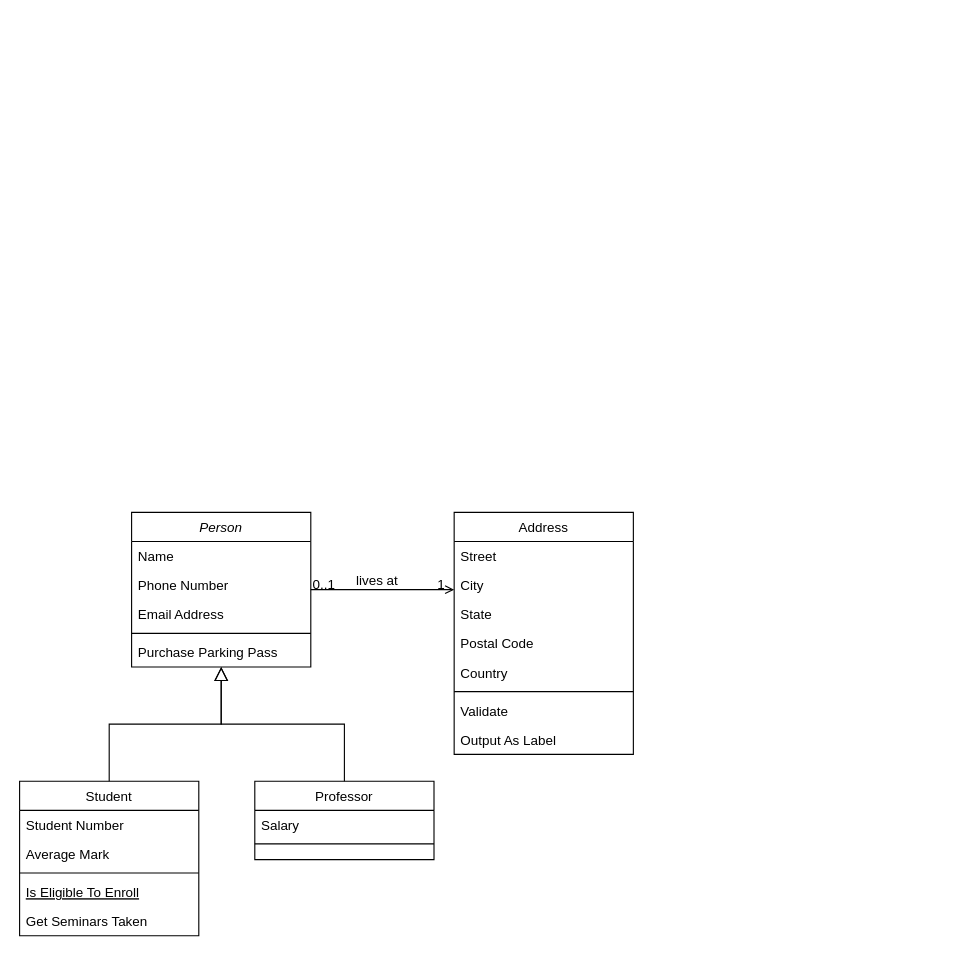
Before: conceptual-diagram.drawio in danielpilot/event-database, a draw.io diagram. Source tidied: cells renumbered, new cells numbered last; positions are measured from the earlier drawing's top-left corner, leaving out a move shared by most shapes. Both pictures are drawn from the tidied source at 112%, with x=0, y=0 at pixel (19, 512).
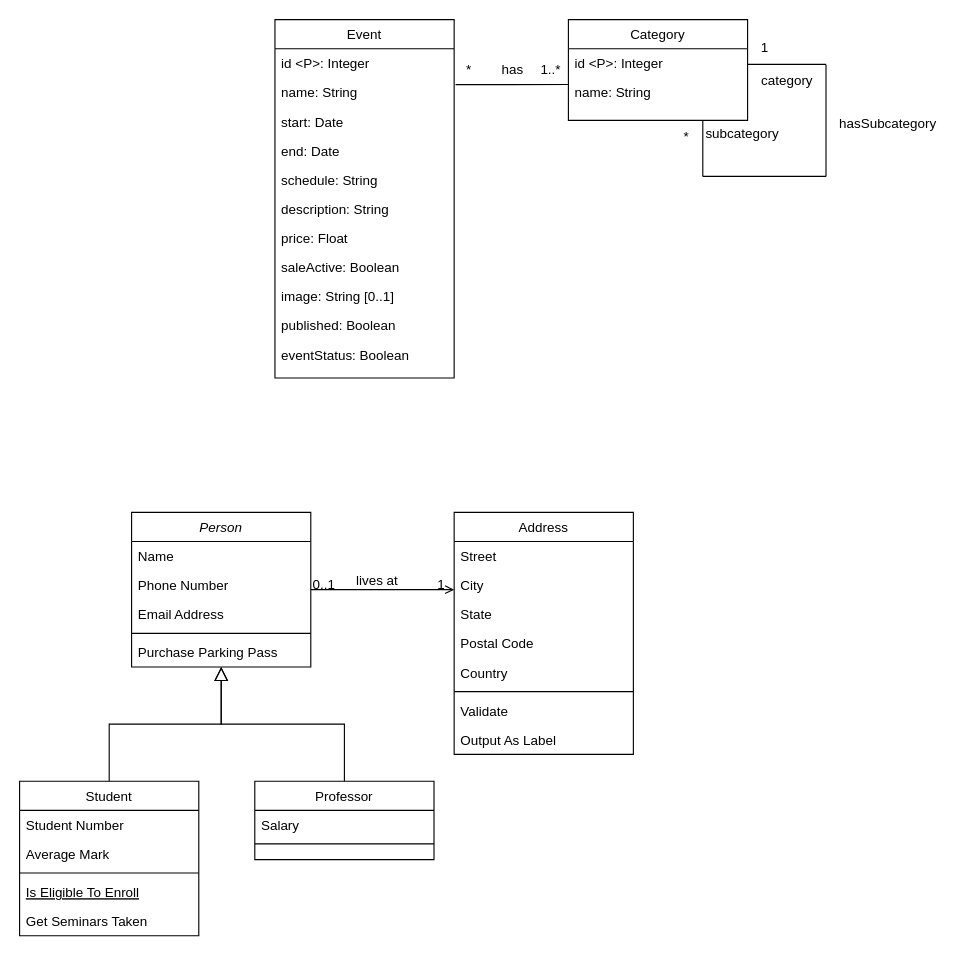
Above is the later version.

Commit message:
Add events, categories and subcategories

What changed in the source:
```diff
@@
+    <mxCell id="32" value="Event" style="swimlane;fontStyle=0;align=center;verticalAlign=top;horizontal=1;startSize=26;rounded=0;shadow=0;strokeWidth=1;" parent="1" vertex="1">
+      <mxGeometry x="228" y="-440" width="160" height="320" as="geometry" />
+    </mxCell>
+    <mxCell id="33" value="id &lt;P&gt;: Integer" style="text;align=left;verticalAlign=top;spacingLeft=4;spacingRight=4;overflow=hidden;" parent="32" vertex="1">
+      <mxGeometry y="26" width="160" height="26" as="geometry" />
+    </mxCell>
+    <mxCell id="34" value="name: String" style="text;align=left;verticalAlign=top;spacingLeft=4;spacingRight=4;overflow=hidden;points=[[0,0.5],[1,0.5]];portConstraint=eastwest;rounded=0;shadow=0;html=0;" parent="32" vertex="1">
+      <mxGeometry y="52" width="160" height="26" as="geometry" />
+    </mxCell>
+    <mxCell id="35" value="start: Date" style="text;align=left;verticalAlign=top;spacingLeft=4;spacingRight=4;overflow=hidden;rounded=0;shadow=0;html=0;" parent="32" vertex="1">
+      <mxGeometry y="78" width="160" height="26" as="geometry" />
+    </mxCell>
+    <mxCell id="36" value="end: Date" style="text;align=left;verticalAlign=top;spacingLeft=4;spacingRight=4;overflow=hidden;rounded=0;shadow=0;html=0;" parent="32" vertex="1">
+      <mxGeometry y="104" width="160" height="26" as="geometry" />
+    </mxCell>
+    <mxCell id="37" value="schedule: String" style="text;align=left;verticalAlign=top;spacingLeft=4;spacingRight=4;overflow=hidden;rounded=0;shadow=0;html=0;" parent="32" vertex="1">
+      <mxGeometry y="130" width="160" height="26" as="geometry" />
+    </mxCell>
+    <mxCell id="38" value="description: String" style="text;align=left;verticalAlign=top;spacingLeft=4;spacingRight=4;overflow=hidden;rounded=0;shadow=0;html=0;" parent="32" vertex="1">
+      <mxGeometry y="156" width="160" height="26" as="geometry" />
+    </mxCell>
+    <mxCell id="39" value="price: Float" style="text;align=left;verticalAlign=top;spacingLeft=4;spacingRight=4;overflow=hidden;rounded=0;shadow=0;html=0;" parent="32" vertex="1">
+      <mxGeometry y="182" width="160" height="26" as="geometry" />
+    </mxCell>
+    <mxCell id="40" value="saleActive: Boolean" style="text;align=left;verticalAlign=top;spacingLeft=4;spacingRight=4;overflow=hidden;rounded=0;shadow=0;html=0;" parent="32" vertex="1">
+      <mxGeometry y="208" width="160" height="26" as="geometry" />
+    </mxCell>
+    <mxCell id="41" value="image: String [0..1]" style="text;align=left;verticalAlign=top;spacingLeft=4;spacingRight=4;overflow=hidden;rounded=0;shadow=0;html=0;" parent="32" vertex="1">
+      <mxGeometry y="234" width="160" height="26" as="geometry" />
+    </mxCell>
+    <mxCell id="42" value="published: Boolean" style="text;align=left;verticalAlign=top;spacingLeft=4;spacingRight=4;overflow=hidden;rounded=0;shadow=0;html=0;" parent="32" vertex="1">
+      <mxGeometry y="260" width="160" height="26" as="geometry" />
+    </mxCell>
+    <mxCell id="43" value="eventStatus: Boolean" style="text;align=left;verticalAlign=top;spacingLeft=4;spacingRight=4;overflow=hidden;rounded=0;shadow=0;html=0;" parent="32" vertex="1">
+      <mxGeometry y="286" width="160" height="26" as="geometry" />
+    </mxCell>
+    <mxCell id="44" value="Category" style="swimlane;fontStyle=0;align=center;verticalAlign=top;horizontal=1;startSize=26;rounded=0;shadow=0;strokeWidth=1;" parent="1" vertex="1">
+      <mxGeometry x="490" y="-440" width="160" height="90" as="geometry" />
+    </mxCell>
+    <mxCell id="45" value="id &lt;P&gt;: Integer" style="text;align=left;verticalAlign=top;spacingLeft=4;spacingRight=4;overflow=hidden;" parent="44" vertex="1">
+      <mxGeometry y="26" width="160" height="26" as="geometry" />
+    </mxCell>
+    <mxCell id="46" value="name: String" style="text;align=left;verticalAlign=top;spacingLeft=4;spacingRight=4;overflow=hidden;rounded=0;shadow=0;html=0;" parent="44" vertex="1">
+      <mxGeometry y="52" width="160" height="26" as="geometry" />
+    </mxCell>
+    <mxCell id="47" style="endArrow=none;html=1;rounded=0;exitX=1.008;exitY=0.231;exitDx=0;exitDy=0;exitPerimeter=0;" parent="1" edge="1" source="34">
+      <mxGeometry relative="1" as="geometry">
+        <mxPoint x="490" y="-382" as="targetPoint" />
+      </mxGeometry>
+    </mxCell>
+    <mxCell id="48" value="*" style="text;html=1;align=center;verticalAlign=middle;strokeColor=none;fillColor=none;" parent="1" vertex="1">
+      <mxGeometry x="386" y="-410" width="30" height="30" as="geometry" />
+    </mxCell>
+    <mxCell id="49" value="1..*" style="text;html=1;align=center;verticalAlign=middle;strokeColor=none;fillColor=none;" parent="1" vertex="1">
+      <mxGeometry x="454" y="-410" width="40" height="30" as="geometry" />
+    </mxCell>
+    <mxCell id="50" value="has" style="text;html=1;align=center;verticalAlign=middle;strokeColor=none;fillColor=none;" parent="1" vertex="1">
+      <mxGeometry x="420" y="-410" width="40" height="30" as="geometry" />
+    </mxCell>
+    <mxCell id="51" style="endArrow=none;html=1;rounded=0;" parent="1" edge="1">
+      <mxGeometry relative="1" as="geometry">
+        <mxPoint x="610" y="-300" as="sourcePoint" />
+        <mxPoint x="610" y="-350" as="targetPoint" />
+      </mxGeometry>
+    </mxCell>
+    <mxCell id="52" style="endArrow=none;html=1;rounded=0;" parent="1" edge="1">
+      <mxGeometry relative="1" as="geometry">
+        <mxPoint x="610" y="-300" as="sourcePoint" />
+        <mxPoint x="720" y="-300" as="targetPoint" />
+      </mxGeometry>
+    </mxCell>
+    <mxCell id="53" style="endArrow=none;html=1;rounded=0;" parent="1" edge="1">
+      <mxGeometry relative="1" as="geometry">
+        <mxPoint x="720" y="-300" as="sourcePoint" />
+        <mxPoint x="720" y="-400" as="targetPoint" />
+      </mxGeometry>
+    </mxCell>
+    <mxCell id="54" style="endArrow=none;html=1;rounded=0;" parent="1" edge="1">
+      <mxGeometry relative="1" as="geometry">
+        <mxPoint x="650" y="-400" as="sourcePoint" />
+        <mxPoint x="720" y="-400" as="targetPoint" />
+      </mxGeometry>
+    </mxCell>
+    <mxCell id="55" value="*" style="text;html=1;align=center;verticalAlign=middle;strokeColor=none;fillColor=none;" parent="1" vertex="1">
+      <mxGeometry x="580" y="-350" width="30" height="30" as="geometry" />
+    </mxCell>
+    <mxCell id="56" value="1" style="text;html=1;align=center;verticalAlign=middle;strokeColor=none;fillColor=none;" parent="1" vertex="1">
+      <mxGeometry x="650" y="-430" width="30" height="30" as="geometry" />
+    </mxCell>
+    <mxCell id="57" value="hasSubcategory" style="text;html=1;align=center;verticalAlign=middle;strokeColor=none;fillColor=none;" parent="1" vertex="1">
+      <mxGeometry x="720" y="-362" width="110" height="30" as="geometry" />
+    </mxCell>
+    <mxCell id="58" value="category" style="text;html=1;align=center;verticalAlign=middle;strokeColor=none;fillColor=none;" parent="1" vertex="1">
+      <mxGeometry x="650" y="-400" width="70" height="30" as="geometry" />
+    </mxCell>
+    <mxCell id="59" value="subcategory" style="text;html=1;align=center;verticalAlign=middle;strokeColor=none;fillColor=none;" parent="1" vertex="1">
+      <mxGeometry x="600" y="-353" width="90" height="30" as="geometry" />
+    </mxCell>
```
